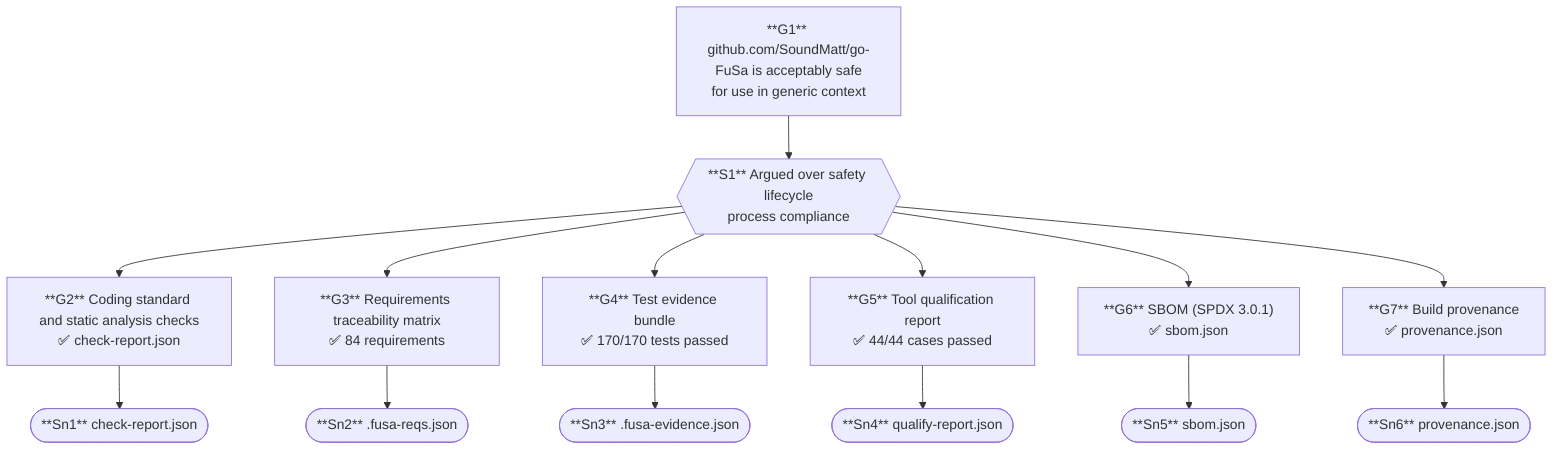
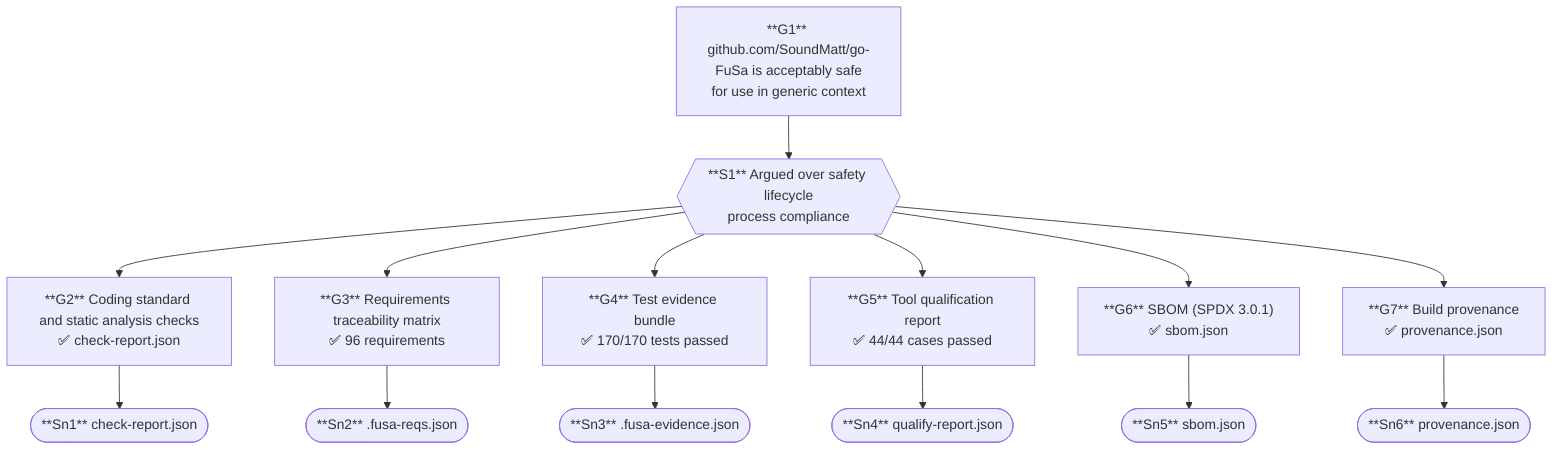
flowchart TD
    G1["**G1** github.com/SoundMatt/go-FuSa is acceptably safe\nfor use in generic context"]
    S1{{"**S1** Argued over safety lifecycle\nprocess compliance"}}
    G2["**G2** Coding standard and static analysis checks\n✅ check-report.json"]
    Sn1(["**Sn1** check-report.json"])
-     G3["**G3** Requirements traceability matrix\n✅ 84 requirements"]
+     G3["**G3** Requirements traceability matrix\n✅ 96 requirements"]
    Sn2(["**Sn2** .fusa-reqs.json"])
    G4["**G4** Test evidence bundle\n✅ 170/170 tests passed"]
    Sn3(["**Sn3** .fusa-evidence.json"])
    G5["**G5** Tool qualification report\n✅ 44/44 cases passed"]
    Sn4(["**Sn4** qualify-report.json"])
    G6["**G6** SBOM (SPDX 3.0.1)\n✅ sbom.json"]
    Sn5(["**Sn5** sbom.json"])
    G7["**G7** Build provenance\n✅ provenance.json"]
    Sn6(["**Sn6** provenance.json"])
    G1 --> S1
    S1 --> G2
    S1 --> G3
    S1 --> G4
    S1 --> G5
    S1 --> G6
    S1 --> G7
    G2 --> Sn1
    G3 --> Sn2
    G4 --> Sn3
    G5 --> Sn4
    G6 --> Sn5
    G7 --> Sn6
